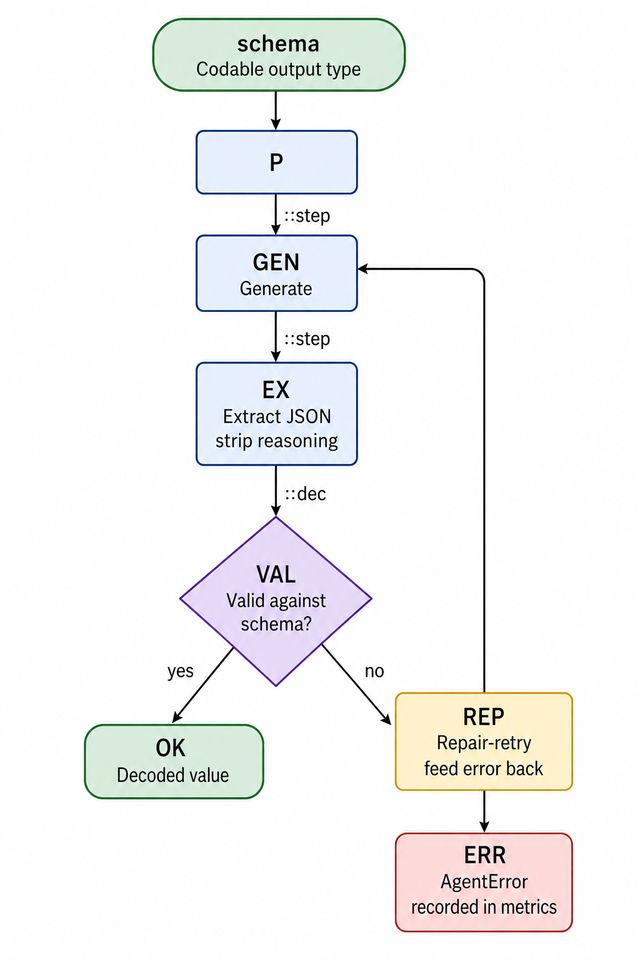
Before: docs/assets/decode.png, a diagram exported from Mermaid (iksnae/coscientist-mlx). Its source is kept beside it as docs/assets/decode.mmd.
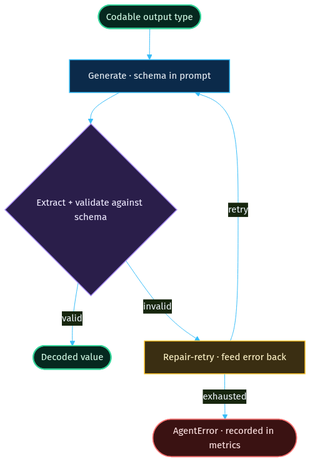
Above is the later version.

The edit, as a diff of the source:
```diff
@@ -1,13 +1,11 @@
 %%{init: {'theme':'base','themeVariables':{'background':'#070b14','primaryColor':'#0e1726','primaryTextColor':'#e6edf3','primaryBorderColor':'#22d3ee','lineColor':'#38bdf8','fontFamily':'Inter,Helvetica,sans-serif','fontSize':'15px','clusterBkg':'#0b1220','clusterBorder':'#1e293b','titleColor':'#7dd3fc'}}}%%
 flowchart TB
-    schema(["Codable output type"]):::io --> P["Inject JSON schema<br/>into prompt"]:::step
-    P --> GEN["Generate"]:::step
-    GEN --> EX["Extract JSON<br/>strip reasoning"]:::step
-    EX --> VAL{"Valid against<br/>schema?"}:::dec
-    VAL -->|yes| OK(["Decoded value"]):::ok
-    VAL -->|no| REP["Repair-retry<br/>feed error back"]:::warn
-    REP --> GEN
-    REP -.->|exhausted| ERR(["AgentError<br/>recorded in metrics"]):::err
+    schema(["Codable output type"]):::io --> GEN["Generate · schema in prompt"]:::step
+    GEN --> VAL{"Extract + validate against schema"}:::dec
+    VAL -->|valid| OK(["Decoded value"]):::ok
+    VAL -->|invalid| REP["Repair-retry · feed error back"]:::warn
+    REP -->|retry| GEN
+    REP -->|exhausted| ERR(["AgentError · recorded in metrics"]):::err
 
     classDef io fill:#06281f,stroke:#34d399,color:#d1fae5,stroke-width:2px;
     classDef step fill:#0b2a4a,stroke:#38bdf8,color:#e6edf3,stroke-width:1.5px;
```
